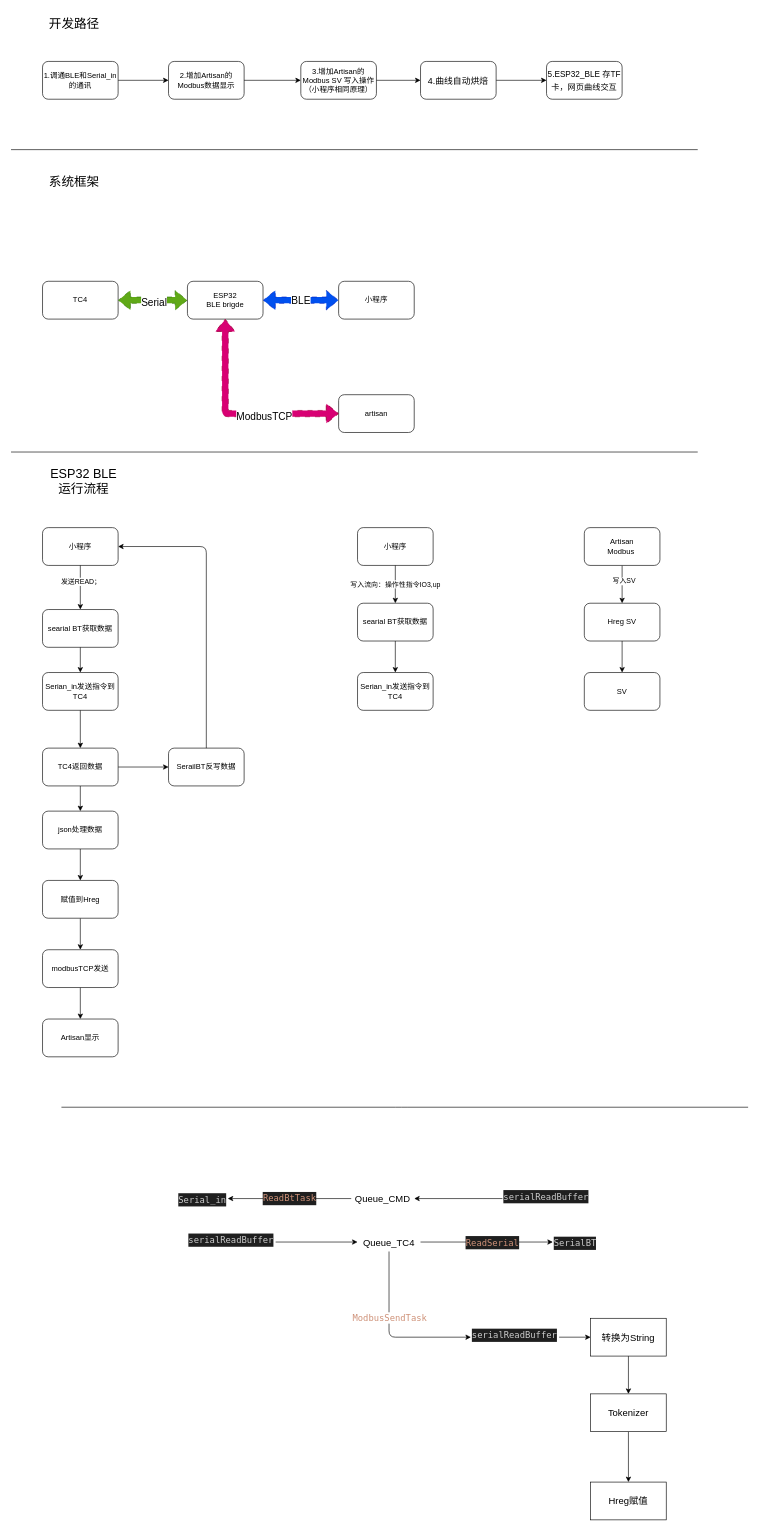
Before: src/flow.drawio in sakunamary/tc4-ble-brigde, a draw.io diagram. Source tidied: cells renumbered, new cells numbered last; positions are measured from the earlier drawing's top-left corner, leaving out a move shared by most shapes. Both pictures are drawn from the tidied source at 63%, with x=0, y=0 at pixel (11, 11).
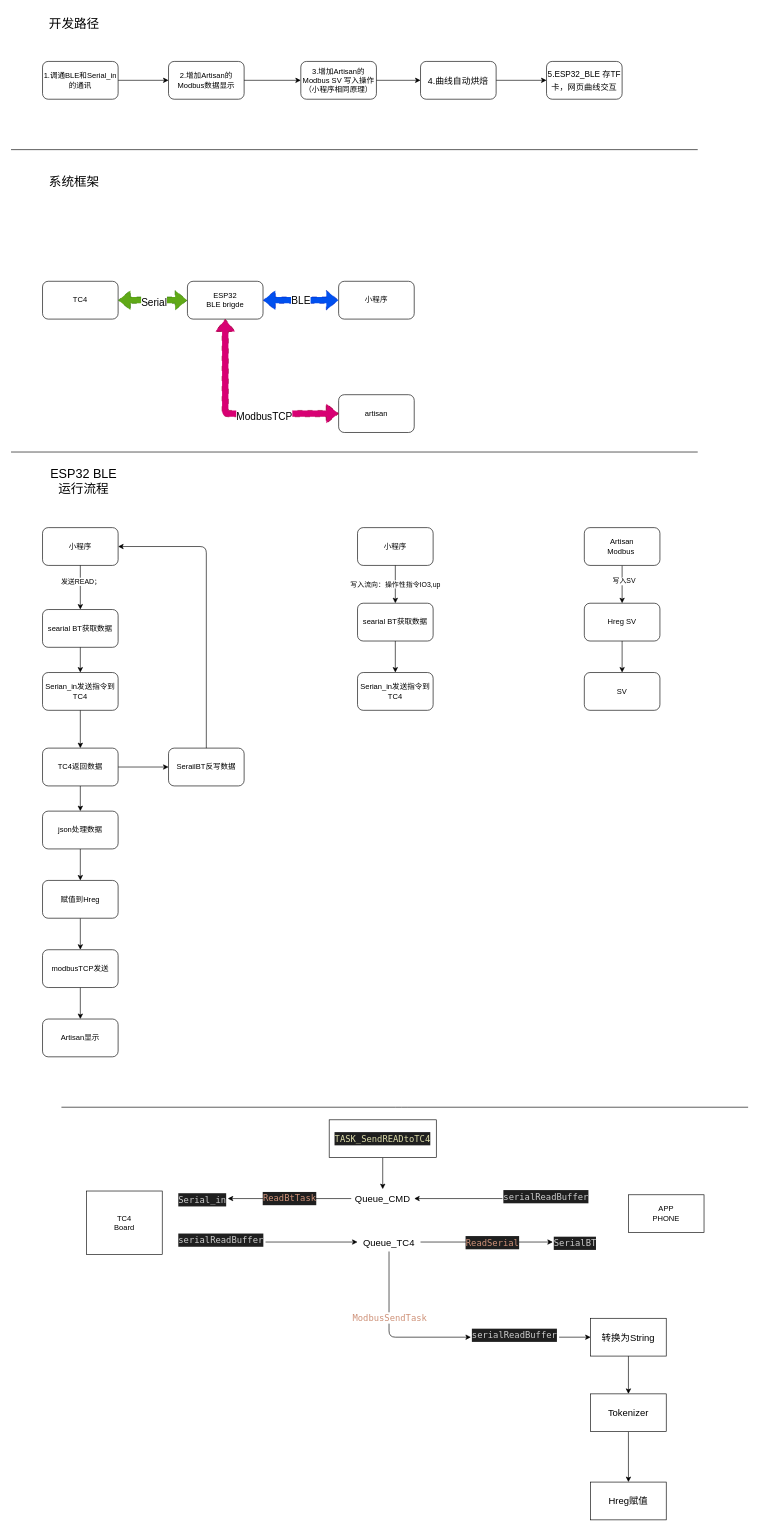
Above is the later version.

The change refers to these unchanged cells:
```xml
<mxCell id="64" value="&lt;font style=&quot;font-size: 15px;&quot;&gt;Queue_CMD&lt;br&gt;&lt;/font&gt;" style="text;strokeColor=none;align=center;fillColor=none;html=1;verticalAlign=middle;whiteSpace=wrap;rounded=0;" parent="1" vertex="1">
  <mxGeometry x="540" y="1870" width="100" height="30" as="geometry" />
</mxCell>
```

What changed in the source:
```diff
@@
     <mxCell id="61" value="&lt;div style=&quot;color: rgb(204, 204, 204); background-color: rgb(31, 31, 31); font-family: Menlo, Menlo, Menlo, Menlo, Monaco, &amp;quot;Courier New&amp;quot;, monospace; font-weight: normal; font-size: 14px; line-height: 21px;&quot;&gt;&lt;div&gt;&lt;span style=&quot;color: #cccccc;&quot;&gt;serialReadBuffer&lt;/span&gt;&lt;/div&gt;&lt;/div&gt;" style="text;whiteSpace=wrap;html=1;" parent="1" vertex="1">
-      <mxGeometry x="280" y="1934" width="140" height="40" as="geometry" />
+      <mxGeometry x="264" y="1934" width="140" height="40" as="geometry" />
     </mxCell>
@@
+    <mxCell id="76" style="edgeStyle=none;html=1;exitX=0.5;exitY=1;exitDx=0;exitDy=0;entryX=0.5;entryY=0;entryDx=0;entryDy=0;" parent="1" edge="1" source="77" target="64">
+      <mxGeometry relative="1" as="geometry" />
+    </mxCell>
+    <mxCell id="77" value="&lt;div style=&quot;color: rgb(204, 204, 204); background-color: rgb(31, 31, 31); font-family: Menlo, Menlo, Menlo, Menlo, Monaco, &amp;quot;Courier New&amp;quot;, monospace; font-size: 14px; line-height: 21px;&quot;&gt;&lt;span style=&quot;color: #dcdcaa;&quot;&gt;TASK_SendREADtoTC4&lt;/span&gt;&lt;/div&gt;" style="rounded=0;whiteSpace=wrap;html=1;" parent="1" vertex="1">
+      <mxGeometry x="505" y="1760" width="170" height="60" as="geometry" />
+    </mxCell>
+    <mxCell id="78" value="TC4&lt;br&gt;Board" style="rounded=0;whiteSpace=wrap;html=1;" parent="1" vertex="1">
+      <mxGeometry x="120" y="1873" width="120" height="101" as="geometry" />
+    </mxCell>
+    <mxCell id="79" value="APP&lt;br&gt;PHONE" style="rounded=0;whiteSpace=wrap;html=1;" parent="1" vertex="1">
+      <mxGeometry x="980" y="1879" width="120" height="60" as="geometry" />
+    </mxCell>
```
